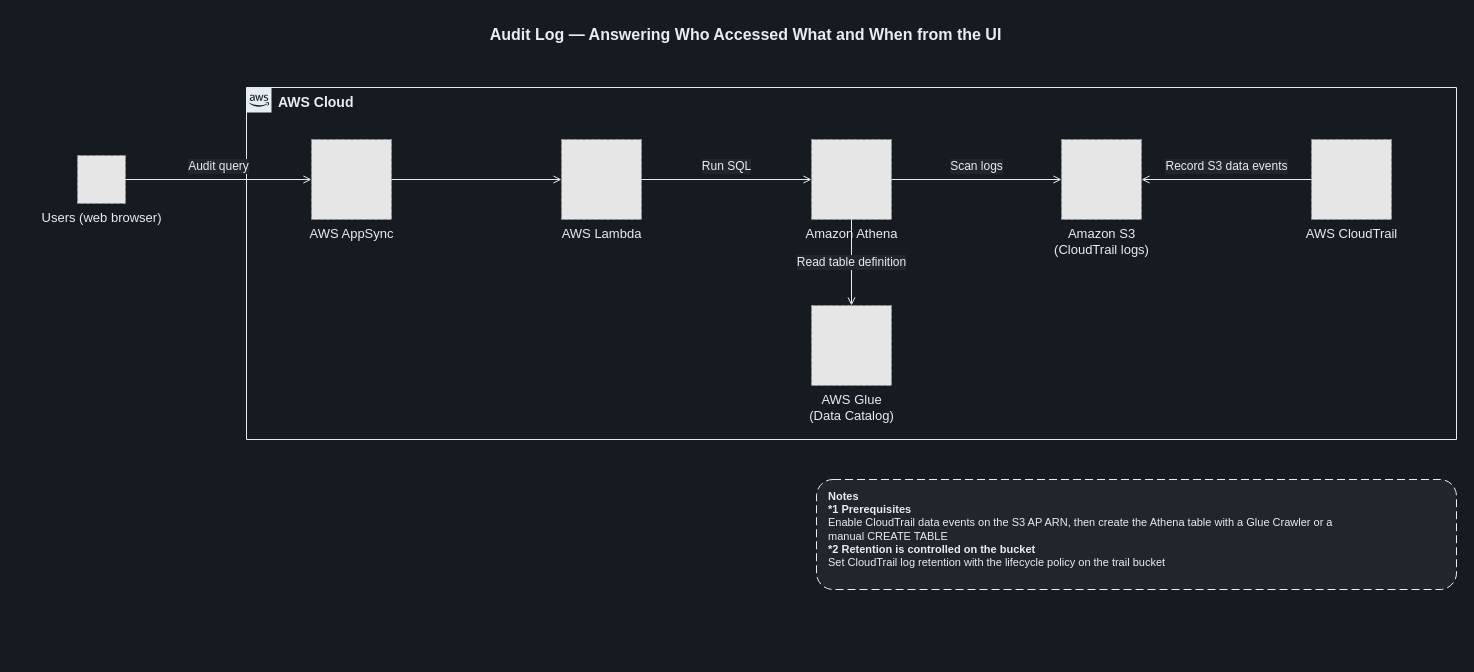
Yoshiki0705/FSx-for-ONTAP-S3AccessPoints-Serverless-Patterns keeps this draw.io diagram as docs/diagrams/dark/part2-audit-log-pipeline-en.drawio. Above is the earlier version. Source tidied: cells renumbered, new cells numbered last; positions are measured from the earlier drawing's top-left corner, leaving out a move shared by most shapes. Both pictures are drawn from the tidied source at 100%, with x=0, y=0 at pixel (33, 17). Pictures stored in the file or linked from it are replaced by grey dashed boxes.
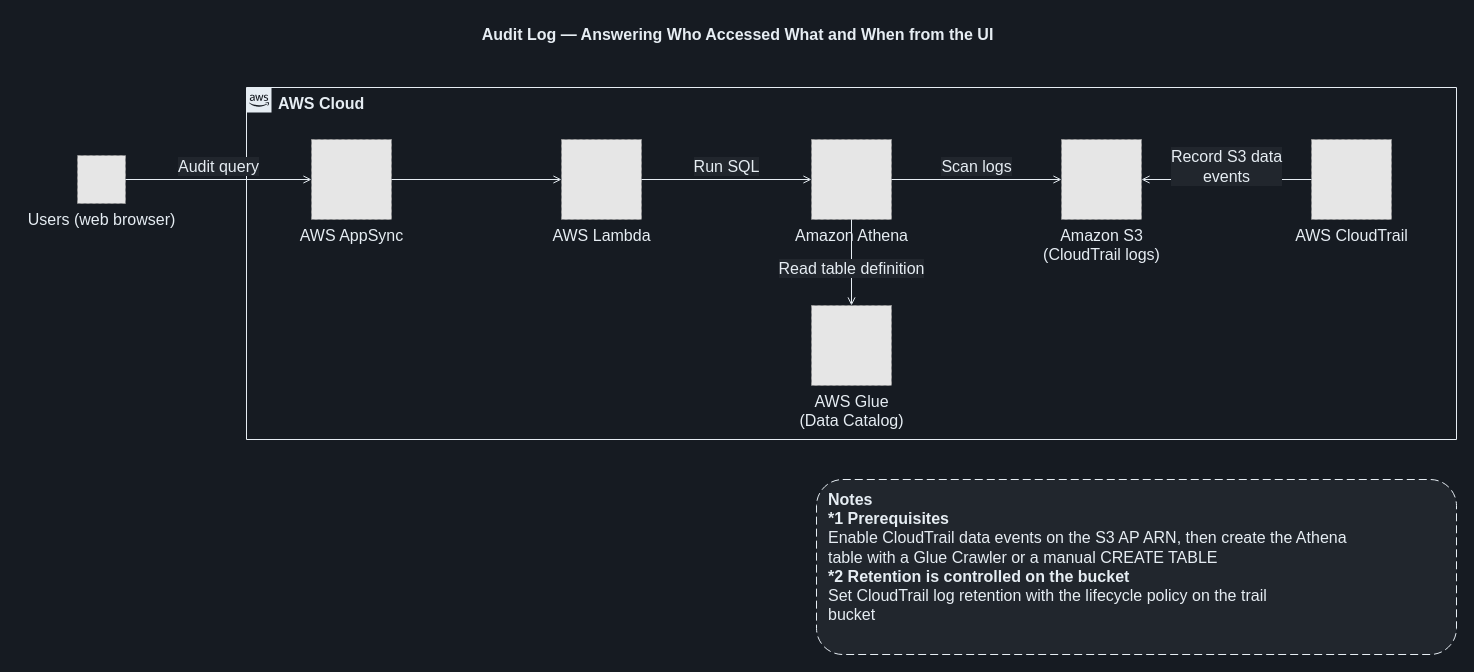
Above is the later version.

Change to the diagram source:
```diff
@@
     <mxCell id="2" value="Audit Log — Answering Who Accessed What and When from the UI" style="text;html=1;align=center;verticalAlign=middle;fontSize=16;fontStyle=1;fontColor=#E6EDF3;" parent="1" vertex="1">
-      <mxGeometry width="1423" height="34" as="geometry" />
+      <mxGeometry x="-16" width="1439" height="34" as="geometry" />
     </mxCell>
-    <mxCell id="3" value="AWS Cloud" style="gradientColor=none;html=1;whiteSpace=wrap;fontSize=14;fontStyle=1;shape=mxgraph.aws4.group;grIcon=mxgraph.aws4.group_aws_cloud_alt;strokeColor=#E6EDF3;fillColor=none;verticalAlign=top;align=left;spacingLeft=30;fontColor=#E6EDF3;dashed=0;" parent="1" vertex="1">
+    <mxCell id="3" value="AWS Cloud" style="gradientColor=none;html=1;whiteSpace=wrap;fontSize=16;fontStyle=1;shape=mxgraph.aws4.group;grIcon=mxgraph.aws4.group_aws_cloud_alt;strokeColor=#E6EDF3;fillColor=none;verticalAlign=top;align=left;spacingLeft=30;fontColor=#E6EDF3;dashed=0;" parent="1" vertex="1">
       <mxGeometry x="213" y="70" width="1210" height="352" as="geometry" />
     </mxCell>
-    <mxCell id="4" value="Users (web browser)" style="fillColor=#E6E6E6;strokeColor=#999999;dashed=1;html=1;verticalLabelPosition=bottom;verticalAlign=top;labelPosition=center;align=center;fontSize=13;fontColor=#E6EDF3;" parent="1" vertex="1">
+    <mxCell id="4" value="Users (web browser)" style="fillColor=#E6E6E6;strokeColor=#999999;dashed=1;html=1;verticalLabelPosition=bottom;verticalAlign=top;labelPosition=center;align=center;fontSize=16;fontColor=#E6EDF3;" parent="1" vertex="1">
       <mxGeometry x="44" y="138" width="48" height="48" as="geometry" />
     </mxCell>
-    <mxCell id="5" value="AWS AppSync" style="fillColor=#E6E6E6;strokeColor=#999999;dashed=1;html=1;verticalLabelPosition=bottom;verticalAlign=top;labelPosition=center;align=center;fontSize=13;fontColor=#E6EDF3;" parent="1" vertex="1">
+    <mxCell id="5" value="AWS AppSync" style="fillColor=#E6E6E6;strokeColor=#999999;dashed=1;html=1;verticalLabelPosition=bottom;verticalAlign=top;labelPosition=center;align=center;fontSize=16;fontColor=#E6EDF3;" parent="1" vertex="1">
       <mxGeometry x="278" y="122" width="80" height="80" as="geometry" />
     </mxCell>
-    <mxCell id="6" value="AWS Lambda" style="fillColor=#E6E6E6;strokeColor=#999999;dashed=1;html=1;verticalLabelPosition=bottom;verticalAlign=top;labelPosition=center;align=center;fontSize=13;fontColor=#E6EDF3;" parent="1" vertex="1">
+    <mxCell id="6" value="AWS Lambda" style="fillColor=#E6E6E6;strokeColor=#999999;dashed=1;html=1;verticalLabelPosition=bottom;verticalAlign=top;labelPosition=center;align=center;fontSize=16;fontColor=#E6EDF3;" parent="1" vertex="1">
       <mxGeometry x="528" y="122" width="80" height="80" as="geometry" />
     </mxCell>
-    <mxCell id="7" value="Amazon Athena" style="fillColor=#E6E6E6;strokeColor=#999999;dashed=1;html=1;verticalLabelPosition=bottom;verticalAlign=top;labelPosition=center;align=center;fontSize=13;fontColor=#E6EDF3;" parent="1" vertex="1">
+    <mxCell id="7" value="Amazon Athena" style="fillColor=#E6E6E6;strokeColor=#999999;dashed=1;html=1;verticalLabelPosition=bottom;verticalAlign=top;labelPosition=center;align=center;fontSize=16;fontColor=#E6EDF3;" parent="1" vertex="1">
       <mxGeometry x="778" y="122" width="80" height="80" as="geometry" />
     </mxCell>
-    <mxCell id="8" value="AWS Glue&lt;br&gt;(Data Catalog)" style="fillColor=#E6E6E6;strokeColor=#999999;dashed=1;html=1;verticalLabelPosition=bottom;verticalAlign=top;labelPosition=center;align=center;fontSize=13;fontColor=#E6EDF3;" parent="1" vertex="1">
+    <mxCell id="8" value="AWS Glue&lt;br&gt;(Data Catalog)" style="fillColor=#E6E6E6;strokeColor=#999999;dashed=1;html=1;verticalLabelPosition=bottom;verticalAlign=top;labelPosition=center;align=center;fontSize=16;fontColor=#E6EDF3;" parent="1" vertex="1">
       <mxGeometry x="778" y="288" width="80" height="80" as="geometry" />
     </mxCell>
-    <mxCell id="9" value="Amazon S3&lt;br&gt;(CloudTrail logs)" style="fillColor=#E6E6E6;strokeColor=#999999;dashed=1;html=1;verticalLabelPosition=bottom;verticalAlign=top;labelPosition=center;align=center;fontSize=13;fontColor=#E6EDF3;" parent="1" vertex="1">
+    <mxCell id="9" value="Amazon S3&lt;br&gt;(CloudTrail logs)" style="fillColor=#E6E6E6;strokeColor=#999999;dashed=1;html=1;verticalLabelPosition=bottom;verticalAlign=top;labelPosition=center;align=center;fontSize=16;fontColor=#E6EDF3;" parent="1" vertex="1">
       <mxGeometry x="1028" y="122" width="80" height="80" as="geometry" />
     </mxCell>
-    <mxCell id="10" value="AWS CloudTrail" style="fillColor=#E6E6E6;strokeColor=#999999;dashed=1;html=1;verticalLabelPosition=bottom;verticalAlign=top;labelPosition=center;align=center;fontSize=13;fontColor=#E6EDF3;" parent="1" vertex="1">
+    <mxCell id="10" value="AWS CloudTrail" style="fillColor=#E6E6E6;strokeColor=#999999;dashed=1;html=1;verticalLabelPosition=bottom;verticalAlign=top;labelPosition=center;align=center;fontSize=16;fontColor=#E6EDF3;" parent="1" vertex="1">
       <mxGeometry x="1278" y="122" width="80" height="80" as="geometry" />
     </mxCell>
-    <mxCell id="11" value="Audit query" style="edgeStyle=orthogonalEdgeStyle;rounded=0;jettySize=auto;html=1;endArrow=open;endFill=0;strokeColor=#E6EDF3;strokeWidth=1;fontSize=12;fontColor=#E6EDF3;labelBackgroundColor=#21262D;" parent="1" edge="1" source="4" target="5">
+    <mxCell id="11" value="Audit query" style="edgeStyle=orthogonalEdgeStyle;rounded=0;jettySize=auto;html=1;endArrow=open;endFill=0;strokeColor=#E6EDF3;strokeWidth=1;fontSize=16;fontColor=#E6EDF3;labelBackgroundColor=#21262D;" parent="1" edge="1" source="4" target="5">
       <mxGeometry relative="1" as="geometry">
         <mxPoint y="-13" as="offset" />
       </mxGeometry>
     </mxCell>
-    <mxCell id="12" style="edgeStyle=orthogonalEdgeStyle;rounded=0;jettySize=auto;html=1;endArrow=open;endFill=0;strokeColor=#E6EDF3;strokeWidth=1;fontSize=12;fontColor=#E6EDF3;labelBackgroundColor=#21262D;" parent="1" edge="1" source="5" target="6">
+    <mxCell id="12" style="edgeStyle=orthogonalEdgeStyle;rounded=0;jettySize=auto;html=1;endArrow=open;endFill=0;strokeColor=#E6EDF3;strokeWidth=1;fontSize=16;fontColor=#E6EDF3;labelBackgroundColor=#21262D;" parent="1" edge="1" source="5" target="6">
       <mxGeometry relative="1" as="geometry" />
     </mxCell>
-    <mxCell id="13" value="Run SQL" style="edgeStyle=orthogonalEdgeStyle;rounded=0;jettySize=auto;html=1;endArrow=open;endFill=0;strokeColor=#E6EDF3;strokeWidth=1;fontSize=12;fontColor=#E6EDF3;labelBackgroundColor=#21262D;" parent="1" edge="1" source="6" target="7">
+    <mxCell id="13" value="Run SQL" style="edgeStyle=orthogonalEdgeStyle;rounded=0;jettySize=auto;html=1;endArrow=open;endFill=0;strokeColor=#E6EDF3;strokeWidth=1;fontSize=16;fontColor=#E6EDF3;labelBackgroundColor=#21262D;" parent="1" edge="1" source="6" target="7">
       <mxGeometry relative="1" as="geometry">
         <mxPoint y="-13" as="offset" />
       </mxGeometry>
     </mxCell>
-    <mxCell id="14" value="Read table definition" style="edgeStyle=orthogonalEdgeStyle;rounded=0;jettySize=auto;html=1;endArrow=open;endFill=0;strokeColor=#E6EDF3;strokeWidth=1;fontSize=12;fontColor=#E6EDF3;labelBackgroundColor=#21262D;" parent="1" edge="1" source="7" target="8">
-      <mxGeometry relative="1" as="geometry" />
+    <mxCell id="14" value="Read table definition" style="edgeStyle=orthogonalEdgeStyle;rounded=0;jettySize=auto;html=1;endArrow=open;endFill=0;strokeColor=#E6EDF3;strokeWidth=1;fontSize=16;fontColor=#E6EDF3;labelBackgroundColor=#21262D;" parent="1" edge="1" source="7" target="8">
+      <mxGeometry relative="1" as="geometry">
+        <mxPoint y="6" as="offset" />
+      </mxGeometry>
     </mxCell>
-    <mxCell id="15" value="Scan logs" style="edgeStyle=orthogonalEdgeStyle;rounded=0;jettySize=auto;html=1;endArrow=open;endFill=0;strokeColor=#E6EDF3;strokeWidth=1;fontSize=12;fontColor=#E6EDF3;labelBackgroundColor=#21262D;" parent="1" edge="1" source="7" target="9">
+    <mxCell id="15" value="Scan logs" style="edgeStyle=orthogonalEdgeStyle;rounded=0;jettySize=auto;html=1;endArrow=open;endFill=0;strokeColor=#E6EDF3;strokeWidth=1;fontSize=16;fontColor=#E6EDF3;labelBackgroundColor=#21262D;" parent="1" edge="1" source="7" target="9">
       <mxGeometry relative="1" as="geometry">
         <mxPoint y="-13" as="offset" />
       </mxGeometry>
     </mxCell>
-    <mxCell id="16" value="Record S3 data events" style="edgeStyle=orthogonalEdgeStyle;rounded=0;jettySize=auto;html=1;endArrow=open;endFill=0;strokeColor=#E6EDF3;strokeWidth=1;fontSize=12;fontColor=#E6EDF3;labelBackgroundColor=#21262D;" parent="1" edge="1" source="10" target="9">
+    <mxCell id="16" value="Record S3 data&lt;br&gt;events" style="edgeStyle=orthogonalEdgeStyle;rounded=0;jettySize=auto;html=1;endArrow=open;endFill=0;strokeColor=#E6EDF3;strokeWidth=1;fontSize=16;fontColor=#E6EDF3;labelBackgroundColor=#21262D;" parent="1" edge="1" source="10" target="9">
       <mxGeometry relative="1" as="geometry">
         <mxPoint y="-13" as="offset" />
       </mxGeometry>
     </mxCell>
-    <mxCell id="17" value="&lt;b&gt;Notes&lt;/b&gt;&lt;br&gt;&lt;b&gt;*1 Prerequisites&lt;/b&gt;&lt;br&gt;Enable CloudTrail data events on the S3 AP ARN, then create the Athena table with a Glue Crawler or a&lt;br&gt;manual CREATE TABLE&lt;br&gt;&lt;b&gt;*2 Retention is controlled on the bucket&lt;/b&gt;&lt;br&gt;Set CloudTrail log retention with the lifecycle policy on the trail bucket" style="rounded=1;whiteSpace=wrap;html=1;dashed=1;dashPattern=8 4;strokeColor=#E6EDF3;fillColor=#21262D;align=left;verticalAlign=top;spacingLeft=10;spacingTop=4;fontSize=11;fontColor=#E6EDF3;" parent="1" vertex="1">
-      <mxGeometry x="783" y="462" width="640" height="110" as="geometry" />
+    <mxCell id="17" value="&lt;b&gt;Notes&lt;/b&gt;&lt;br&gt;&lt;b&gt;*1 Prerequisites&lt;/b&gt;&lt;br&gt;Enable CloudTrail data events on the S3 AP ARN, then create the Athena&lt;br&gt;table with a Glue Crawler or a manual CREATE TABLE&lt;br&gt;&lt;b&gt;*2 Retention is controlled on the bucket&lt;/b&gt;&lt;br&gt;Set CloudTrail log retention with the lifecycle policy on the trail&lt;br&gt;bucket" style="rounded=1;whiteSpace=wrap;html=1;dashed=1;dashPattern=8 4;strokeColor=#E6EDF3;fillColor=#21262D;align=left;verticalAlign=top;spacingLeft=10;spacingTop=4;fontSize=16;fontColor=#E6EDF3;" parent="1" vertex="1">
+      <mxGeometry x="783" y="462" width="640" height="175" as="geometry" />
     </mxCell>
```
